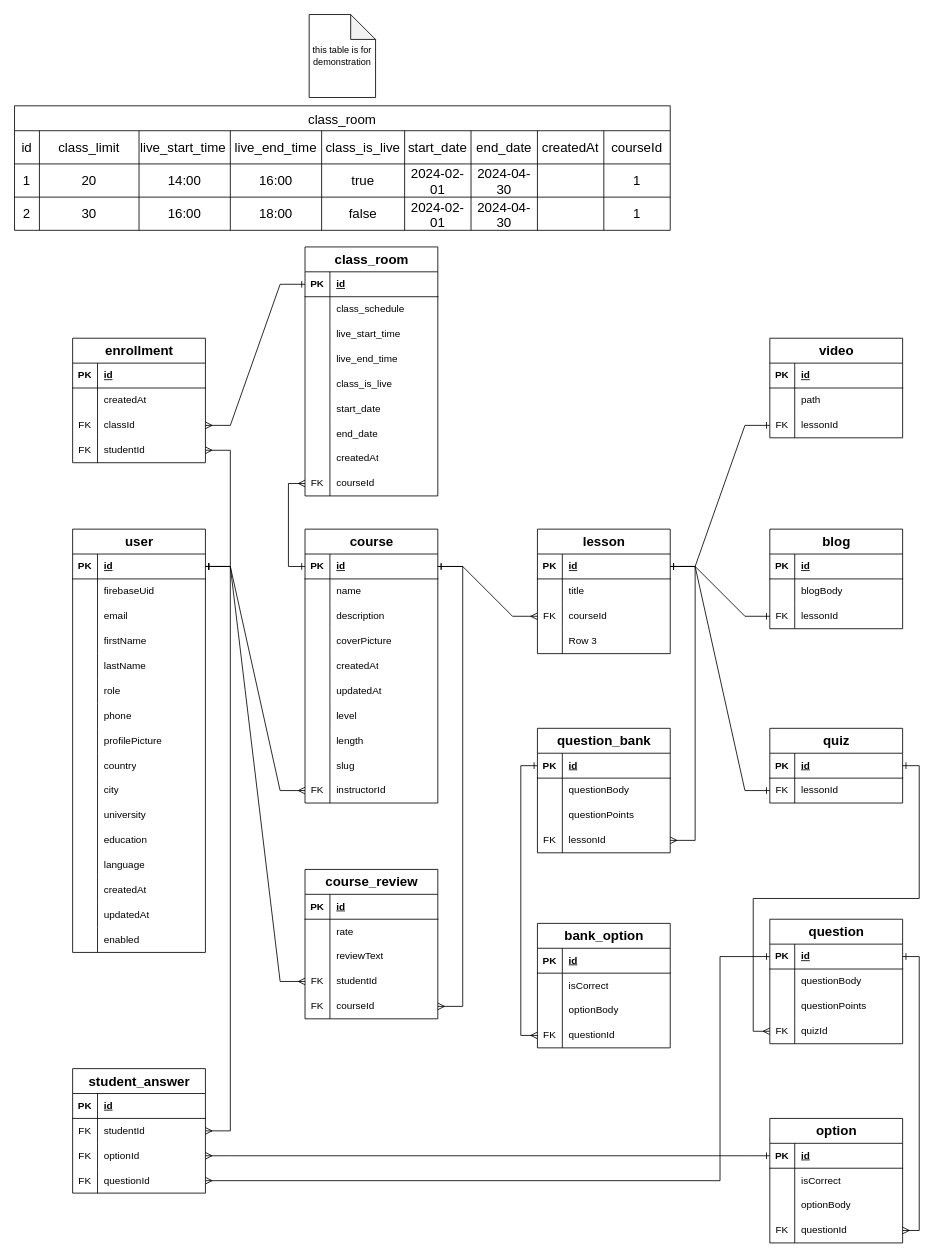
The draw.io diagram Dorraq.drawio in YAMANX8/UML, before the edit. Source tidied: cells renumbered, new cells numbered last; positions are measured from the earlier drawing's top-left corner, leaving out a move shared by most shapes. Both pictures are drawn from the tidied source at 83%, with x=0, y=0 at pixel (14, 14).
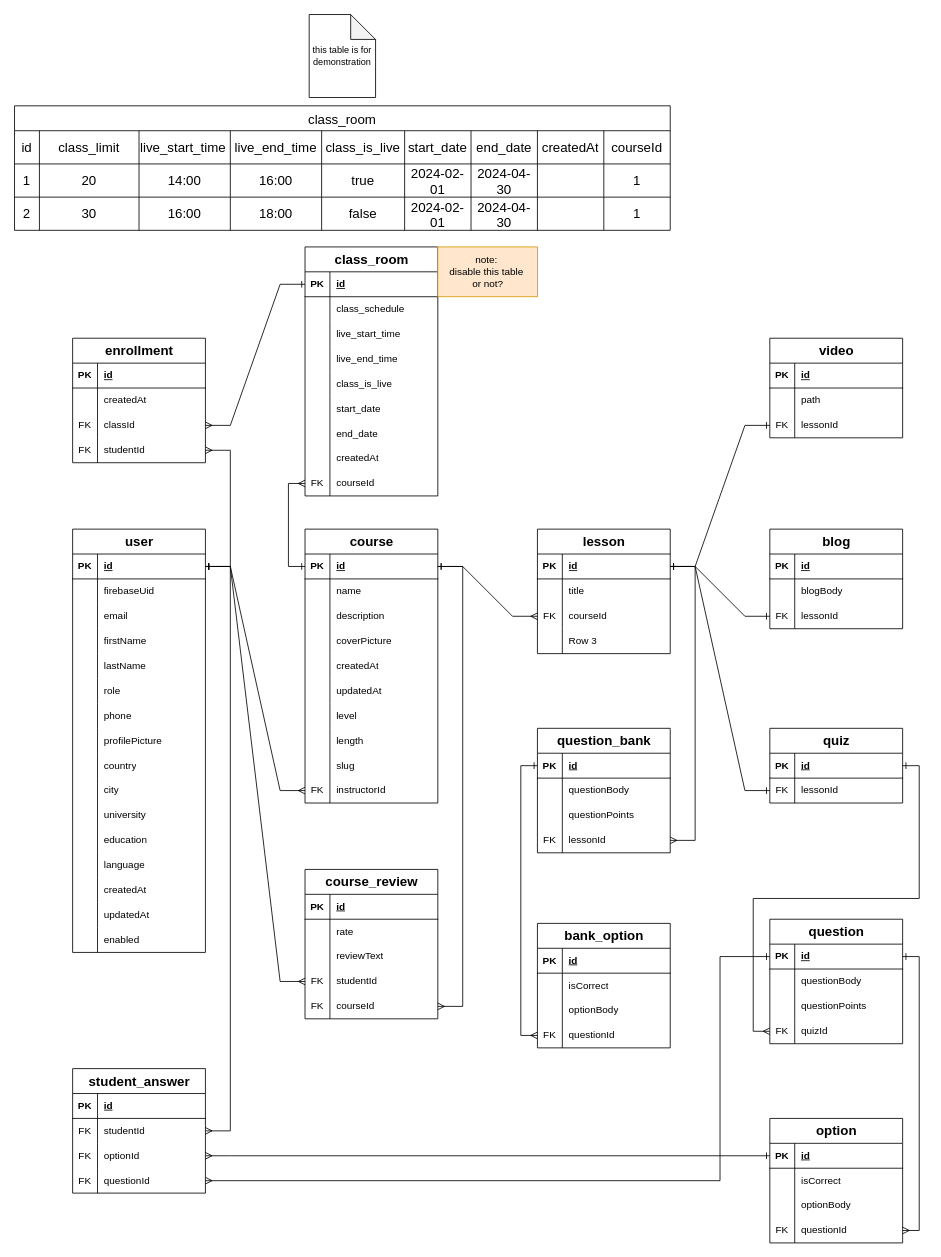
The same page after the edit.

The edit, as a diff of the source:
```diff
@@
+    <mxCell id="293" value="note:&amp;nbsp;&lt;br&gt;disable this table&amp;nbsp;&lt;br&gt;or not?" style="text;html=1;align=center;verticalAlign=middle;strokeColor=#d79b00;fillColor=#ffe6cc;" parent="1" vertex="1">
+      <mxGeometry x="510" y="280" width="120" height="60" as="geometry" />
+    </mxCell>
```
